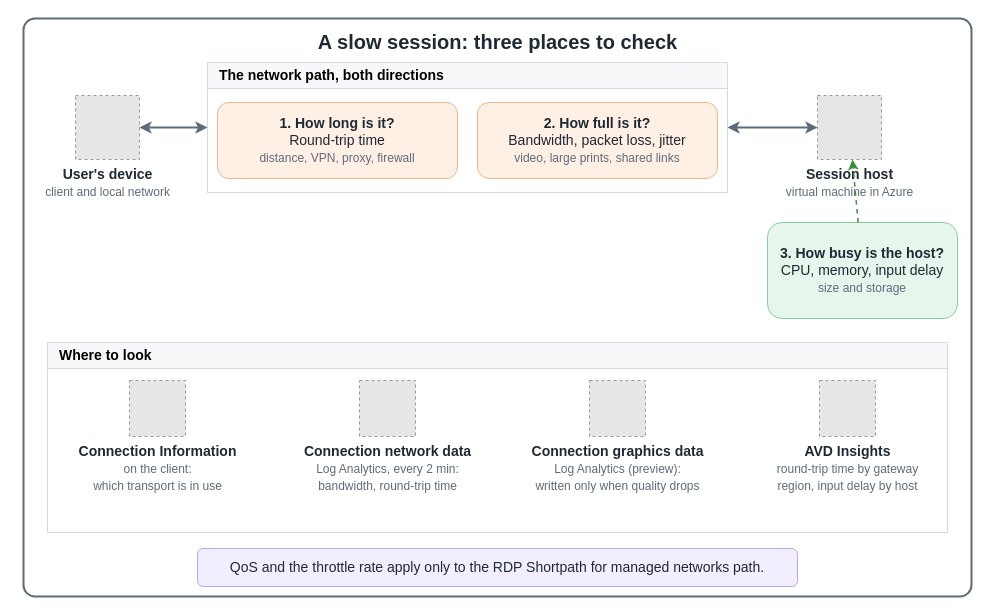
Earlier version of the draw.io diagram src/img/avd/AVD-Session-Quality-Checks.drawio (AddySidd27/cloud-ai-notes). Source tidied: cells renumbered, new cells numbered last; positions are measured from the earlier drawing's top-left corner, leaving out a move shared by most shapes. Both pictures are drawn from the tidied source at 100%, with x=0, y=0 at pixel (23, 18). Pictures stored in the file or linked from it are replaced by grey dashed boxes.
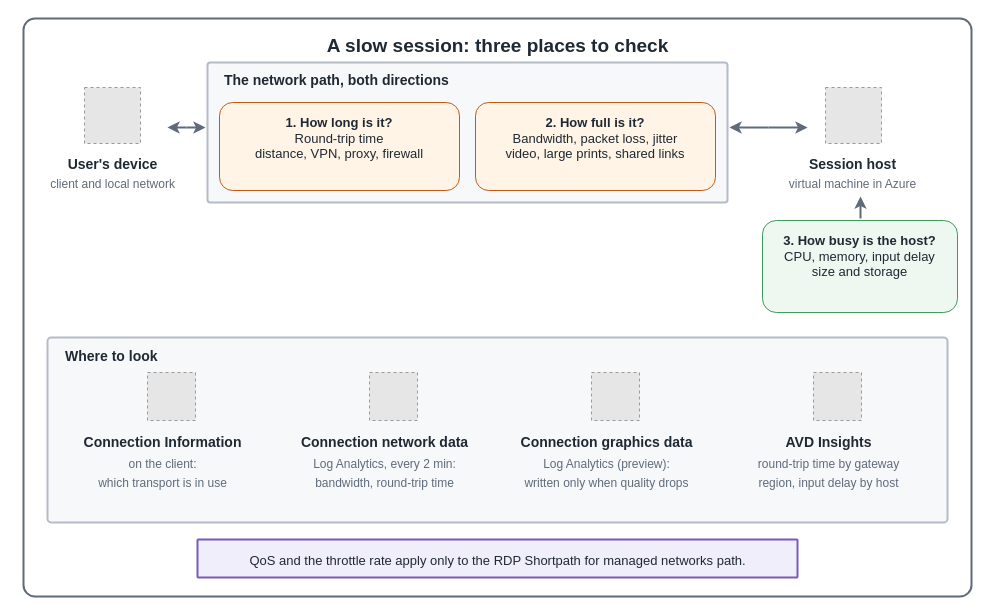
The same page after the edit.

What changed in the source:
```diff
@@
-    <mxCell id="2" style="rounded=1;arcSize=2;whiteSpace=wrap;html=1;fillColor=#ffffff;strokeColor=#5f6b7a;strokeWidth=2;" parent="1" vertex="1">
+    <mxCell id="2" style="rounded=1;arcSize=2;html=1;fillColor=#ffffff;strokeColor=#5f6b7a;strokeWidth=2;" parent="1" vertex="1">
       <mxGeometry width="948" height="578" as="geometry" />
     </mxCell>
-    <mxCell id="3" value="A slow session: three places to check" style="text;html=1;align=center;verticalAlign=middle;fontSize=20;fontStyle=1;fontColor=#1f2933;" parent="1" vertex="1">
-      <mxGeometry x="254" y="8" width="440" height="30" as="geometry" />
+    <mxCell id="3" value="&lt;b&gt;A slow session: three places to check&lt;/b&gt;" style="text;html=1;align=center;verticalAlign=middle;fontSize=19;fontColor=#1f2933;" parent="1" vertex="1">
+      <mxGeometry x="-6" y="16" width="960" height="24" as="geometry" />
     </mxCell>
-    <mxCell id="4" value="The network path, both directions" style="swimlane;startSize=26;html=1;fillColor=#F7F8FA;strokeColor=#D5DAE1;fontSize=14;align=left;spacingLeft=10;" parent="1" vertex="1">
-      <mxGeometry x="184" y="44" width="520" height="130" as="geometry" />
+    <mxCell id="4" style="fillColor=#E6E6E6;strokeColor=#999999;dashed=1;html=1;" parent="1" vertex="1">
+      <mxGeometry x="61" y="69" width="56" height="56" as="geometry" />
     </mxCell>
-    <mxCell id="5" value="Where to look" style="swimlane;startSize=26;html=1;fillColor=#F7F8FA;strokeColor=#D5DAE1;fontSize=14;align=left;spacingLeft=10;" parent="1" vertex="1">
-      <mxGeometry x="24" y="324" width="900" height="190" as="geometry" />
+    <mxCell id="5" value="&lt;b&gt;User&amp;#x27;s device&lt;/b&gt;" style="text;html=1;align=center;verticalAlign=middle;fontSize=14;fontColor=#1f2933;" parent="1" vertex="1">
+      <mxGeometry x="4" y="134" width="170" height="24" as="geometry" />
     </mxCell>
-    <mxCell id="6" value="&lt;b&gt;User&amp;#x27;s device&lt;/b&gt;&lt;br&gt;&lt;font style=&quot;font-size:12px;color:#5f6b7a&quot;&gt;client and local network&lt;/font&gt;" style="fillColor=#E6E6E6;strokeColor=#999999;dashed=1;html=1;verticalLabelPosition=bottom;verticalAlign=top;labelBackgroundColor=none;fontSize=14;fontColor=#1f2933;" parent="1" vertex="1">
-      <mxGeometry x="52" y="77" width="64" height="64" as="geometry" />
+    <mxCell id="6" value="client and local network" style="text;html=1;align=center;verticalAlign=middle;fontSize=12;fontColor=#5f6b7a;" parent="1" vertex="1">
+      <mxGeometry x="4" y="154" width="170" height="24" as="geometry" />
     </mxCell>
-    <mxCell id="7" value="&lt;b&gt;Session host&lt;/b&gt;&lt;br&gt;&lt;font style=&quot;font-size:12px;color:#5f6b7a&quot;&gt;virtual machine in Azure&lt;/font&gt;" style="fillColor=#E6E6E6;strokeColor=#999999;dashed=1;html=1;verticalLabelPosition=bottom;verticalAlign=top;labelBackgroundColor=none;fontSize=14;fontColor=#1f2933;" parent="1" vertex="1">
-      <mxGeometry x="794" y="77" width="64" height="64" as="geometry" />
+    <mxCell id="7" style="rounded=1;arcSize=2;html=1;fillColor=#f7f8fa;strokeColor=#b4bcc7;strokeWidth=2;" parent="1" vertex="1">
+      <mxGeometry x="184" y="44" width="520" height="140" as="geometry" />
     </mxCell>
-    <mxCell id="8" value="&lt;b&gt;Connection Information&lt;/b&gt;&lt;br&gt;&lt;font style=&quot;font-size:12px;color:#5f6b7a&quot;&gt;on the client:&lt;br&gt;which transport is in use&lt;/font&gt;" style="fillColor=#E6E6E6;strokeColor=#999999;dashed=1;html=1;verticalLabelPosition=bottom;verticalAlign=top;labelBackgroundColor=none;fontSize=14;fontColor=#1f2933;" parent="5" vertex="1">
-      <mxGeometry x="82" y="38" width="56" height="56" as="geometry" />
+    <mxCell id="8" value="&lt;b&gt;The network path, both directions&lt;/b&gt;" style="text;html=1;align=left;verticalAlign=middle;fontSize=14;fontColor=#1f2933;" parent="1" vertex="1">
+      <mxGeometry x="199" y="50" width="400" height="24" as="geometry" />
     </mxCell>
-    <mxCell id="9" value="&lt;b&gt;Connection network data&lt;/b&gt;&lt;br&gt;&lt;font style=&quot;font-size:12px;color:#5f6b7a&quot;&gt;Log Analytics, every 2 min:&lt;br&gt;bandwidth, round-trip time&lt;/font&gt;" style="fillColor=#E6E6E6;strokeColor=#999999;dashed=1;html=1;verticalLabelPosition=bottom;verticalAlign=top;labelBackgroundColor=none;fontSize=14;fontColor=#1f2933;" parent="5" vertex="1">
-      <mxGeometry x="312" y="38" width="56" height="56" as="geometry" />
+    <mxCell id="9" value="&lt;b&gt;1. How long is it?&lt;/b&gt;&lt;br&gt;Round-trip time&lt;br&gt;distance, VPN, proxy, firewall" style="rounded=1;whiteSpace=wrap;html=1;fillColor=#fff4e5;strokeColor=#c45a10;fontSize=13;fontColor=#1f2933;verticalAlign=top;spacingTop=6;" parent="1" vertex="1">
+      <mxGeometry x="196" y="84" width="240" height="88" as="geometry" />
     </mxCell>
-    <mxCell id="10" value="&lt;b&gt;Connection graphics data&lt;/b&gt;&lt;br&gt;&lt;font style=&quot;font-size:12px;color:#5f6b7a&quot;&gt;Log Analytics (preview):&lt;br&gt;written only when quality drops&lt;/font&gt;" style="fillColor=#E6E6E6;strokeColor=#999999;dashed=1;html=1;verticalLabelPosition=bottom;verticalAlign=top;labelBackgroundColor=none;fontSize=14;fontColor=#1f2933;" parent="5" vertex="1">
-      <mxGeometry x="542" y="38" width="56" height="56" as="geometry" />
+    <mxCell id="10" value="&lt;b&gt;2. How full is it?&lt;/b&gt;&lt;br&gt;Bandwidth, packet loss, jitter&lt;br&gt;video, large prints, shared links" style="rounded=1;whiteSpace=wrap;html=1;fillColor=#fff4e5;strokeColor=#c45a10;fontSize=13;fontColor=#1f2933;verticalAlign=top;spacingTop=6;" parent="1" vertex="1">
+      <mxGeometry x="452" y="84" width="240" height="88" as="geometry" />
     </mxCell>
-    <mxCell id="11" value="&lt;b&gt;AVD Insights&lt;/b&gt;&lt;br&gt;&lt;font style=&quot;font-size:12px;color:#5f6b7a&quot;&gt;round-trip time by gateway&lt;br&gt;region, input delay by host&lt;/font&gt;" style="fillColor=#E6E6E6;strokeColor=#999999;dashed=1;html=1;verticalLabelPosition=bottom;verticalAlign=top;labelBackgroundColor=none;fontSize=14;fontColor=#1f2933;" parent="5" vertex="1">
-      <mxGeometry x="772" y="38" width="56" height="56" as="geometry" />
+    <mxCell id="11" style="edgeStyle=none;html=1;endArrow=classic;strokeColor=#5f6b7a;strokeWidth=2;" parent="1" edge="1">
+      <mxGeometry relative="1" as="geometry">
+        <mxPoint x="163" y="109" as="sourcePoint" />
+        <mxPoint x="182" y="109" as="targetPoint" />
+      </mxGeometry>
     </mxCell>
-    <mxCell id="12" value="&lt;b&gt;1. How long is it?&lt;/b&gt;&lt;br&gt;Round-trip time&lt;br&gt;&lt;font style=&quot;font-size:12px;color:#5f6b7a&quot;&gt;distance, VPN, proxy, firewall&lt;/font&gt;" style="rounded=1;whiteSpace=wrap;html=1;fillColor=#fff0e5;strokeColor=#f0b48a;fontSize=14;fontColor=#1f2933;" parent="4" vertex="1">
-      <mxGeometry x="10" y="40" width="240" height="76" as="geometry" />
+    <mxCell id="12" style="edgeStyle=none;html=1;endArrow=classic;strokeColor=#5f6b7a;strokeWidth=2;" parent="1" edge="1">
+      <mxGeometry relative="1" as="geometry">
+        <mxPoint x="163" y="109" as="sourcePoint" />
+        <mxPoint x="144" y="109" as="targetPoint" />
+      </mxGeometry>
     </mxCell>
-    <mxCell id="13" value="&lt;b&gt;2. How full is it?&lt;/b&gt;&lt;br&gt;Bandwidth, packet loss, jitter&lt;br&gt;&lt;font style=&quot;font-size:12px;color:#5f6b7a&quot;&gt;video, large prints, shared links&lt;/font&gt;" style="rounded=1;whiteSpace=wrap;html=1;fillColor=#fff0e5;strokeColor=#f0b48a;fontSize=14;fontColor=#1f2933;" parent="4" vertex="1">
-      <mxGeometry x="270" y="40" width="240" height="76" as="geometry" />
+    <mxCell id="13" style="edgeStyle=none;html=1;endArrow=classic;strokeColor=#5f6b7a;strokeWidth=2;" parent="1" edge="1">
+      <mxGeometry relative="1" as="geometry">
+        <mxPoint x="745" y="109" as="sourcePoint" />
+        <mxPoint x="784" y="109" as="targetPoint" />
+      </mxGeometry>
     </mxCell>
-    <mxCell id="14" value="&lt;b&gt;3. How busy is the host?&lt;/b&gt;&lt;br&gt;CPU, memory, input delay&lt;br&gt;&lt;font style=&quot;font-size:12px;color:#5f6b7a&quot;&gt;size and storage&lt;/font&gt;" style="rounded=1;whiteSpace=wrap;html=1;fillColor=#e7f6ec;strokeColor=#8bcb9f;fontSize=14;fontColor=#1f2933;" parent="1" vertex="1">
-      <mxGeometry x="744" y="204" width="190" height="96" as="geometry" />
+    <mxCell id="14" style="edgeStyle=none;html=1;endArrow=classic;strokeColor=#5f6b7a;strokeWidth=2;" parent="1" edge="1">
+      <mxGeometry relative="1" as="geometry">
+        <mxPoint x="745" y="109" as="sourcePoint" />
+        <mxPoint x="706" y="109" as="targetPoint" />
+      </mxGeometry>
     </mxCell>
-    <mxCell id="15" value="QoS and the throttle rate apply only to the RDP Shortpath for managed networks path." style="rounded=1;whiteSpace=wrap;html=1;fillColor=#F3EEFF;strokeColor=#B9A6F0;fontSize=14;fontColor=#1f2933;" parent="1" vertex="1">
-      <mxGeometry x="174" y="530" width="600" height="38" as="geometry" />
+    <mxCell id="15" style="fillColor=#E6E6E6;strokeColor=#999999;dashed=1;html=1;" parent="1" vertex="1">
+      <mxGeometry x="802" y="69" width="56" height="56" as="geometry" />
     </mxCell>
-    <mxCell id="16" style="edgeStyle=none;html=1;startArrow=classic;endArrow=classic;strokeColor=#5f6b7a;strokeWidth=2;" parent="1" edge="1" source="6" target="4">
-      <mxGeometry relative="1" as="geometry" />
+    <mxCell id="16" value="&lt;b&gt;Session host&lt;/b&gt;" style="text;html=1;align=center;verticalAlign=middle;fontSize=14;fontColor=#1f2933;" parent="1" vertex="1">
+      <mxGeometry x="744" y="134" width="170" height="24" as="geometry" />
     </mxCell>
-    <mxCell id="17" style="edgeStyle=none;html=1;startArrow=classic;endArrow=classic;strokeColor=#5f6b7a;strokeWidth=2;" parent="1" edge="1" source="4" target="7">
-      <mxGeometry relative="1" as="geometry" />
+    <mxCell id="17" value="virtual machine in Azure" style="text;html=1;align=center;verticalAlign=middle;fontSize=12;fontColor=#5f6b7a;" parent="1" vertex="1">
+      <mxGeometry x="744" y="154" width="170" height="24" as="geometry" />
     </mxCell>
-    <mxCell id="18" style="edgeStyle=none;html=1;dashed=1;endArrow=classic;strokeColor=#3c8d40;strokeWidth=1.5;" parent="1" edge="1" source="14" target="7">
-      <mxGeometry relative="1" as="geometry" />
+    <mxCell id="18" value="&lt;b&gt;3. How busy is the host?&lt;/b&gt;&lt;br&gt;CPU, memory, input delay&lt;br&gt;size and storage" style="rounded=1;whiteSpace=wrap;html=1;fillColor=#eef7f0;strokeColor=#3c9d5d;fontSize=13;fontColor=#1f2933;verticalAlign=top;spacingTop=6;" parent="1" vertex="1">
+      <mxGeometry x="739" y="202" width="195" height="92" as="geometry" />
     </mxCell>
+    <mxCell id="19" style="edgeStyle=none;html=1;endArrow=classic;strokeColor=#5f6b7a;strokeWidth=2;" parent="1" edge="1">
+      <mxGeometry relative="1" as="geometry">
+        <mxPoint x="837" y="200" as="sourcePoint" />
+        <mxPoint x="837" y="178" as="targetPoint" />
+      </mxGeometry>
+    </mxCell>
+    <mxCell id="20" style="rounded=1;arcSize=2;html=1;fillColor=#f7f8fa;strokeColor=#b4bcc7;strokeWidth=2;" parent="1" vertex="1">
+      <mxGeometry x="24" y="319" width="900" height="185" as="geometry" />
+    </mxCell>
+    <mxCell id="21" value="&lt;b&gt;Where to look&lt;/b&gt;" style="text;html=1;align=left;verticalAlign=middle;fontSize=14;fontColor=#1f2933;" parent="1" vertex="1">
+      <mxGeometry x="40" y="326" width="300" height="24" as="geometry" />
+    </mxCell>
+    <mxCell id="22" style="fillColor=#E6E6E6;strokeColor=#999999;dashed=1;html=1;" parent="1" vertex="1">
+      <mxGeometry x="124" y="354" width="48" height="48" as="geometry" />
+    </mxCell>
+    <mxCell id="23" value="&lt;b&gt;Connection Information&lt;/b&gt;" style="text;html=1;align=center;verticalAlign=middle;fontSize=14;fontColor=#1f2933;" parent="1" vertex="1">
+      <mxGeometry x="39" y="412" width="200" height="24" as="geometry" />
+    </mxCell>
+    <mxCell id="24" value="on the client:" style="text;html=1;align=center;verticalAlign=middle;fontSize=12;fontColor=#5f6b7a;" parent="1" vertex="1">
+      <mxGeometry x="39" y="434" width="200" height="24" as="geometry" />
+    </mxCell>
+    <mxCell id="25" value="which transport is in use" style="text;html=1;align=center;verticalAlign=middle;fontSize=12;fontColor=#5f6b7a;" parent="1" vertex="1">
+      <mxGeometry x="39" y="453" width="200" height="24" as="geometry" />
+    </mxCell>
+    <mxCell id="26" style="fillColor=#E6E6E6;strokeColor=#999999;dashed=1;html=1;" parent="1" vertex="1">
+      <mxGeometry x="346" y="354" width="48" height="48" as="geometry" />
+    </mxCell>
+    <mxCell id="27" value="&lt;b&gt;Connection network data&lt;/b&gt;" style="text;html=1;align=center;verticalAlign=middle;fontSize=14;fontColor=#1f2933;" parent="1" vertex="1">
+      <mxGeometry x="261" y="412" width="200" height="24" as="geometry" />
+    </mxCell>
+    <mxCell id="28" value="Log Analytics, every 2 min:" style="text;html=1;align=center;verticalAlign=middle;fontSize=12;fontColor=#5f6b7a;" parent="1" vertex="1">
+      <mxGeometry x="261" y="434" width="200" height="24" as="geometry" />
+    </mxCell>
+    <mxCell id="29" value="bandwidth, round-trip time" style="text;html=1;align=center;verticalAlign=middle;fontSize=12;fontColor=#5f6b7a;" parent="1" vertex="1">
+      <mxGeometry x="261" y="453" width="200" height="24" as="geometry" />
+    </mxCell>
+    <mxCell id="30" style="fillColor=#E6E6E6;strokeColor=#999999;dashed=1;html=1;" parent="1" vertex="1">
+      <mxGeometry x="568" y="354" width="48" height="48" as="geometry" />
+    </mxCell>
+    <mxCell id="31" value="&lt;b&gt;Connection graphics data&lt;/b&gt;" style="text;html=1;align=center;verticalAlign=middle;fontSize=14;fontColor=#1f2933;" parent="1" vertex="1">
+      <mxGeometry x="483" y="412" width="200" height="24" as="geometry" />
+    </mxCell>
+    <mxCell id="32" value="Log Analytics (preview):" style="text;html=1;align=center;verticalAlign=middle;fontSize=12;fontColor=#5f6b7a;" parent="1" vertex="1">
+      <mxGeometry x="483" y="434" width="200" height="24" as="geometry" />
+    </mxCell>
+    <mxCell id="33" value="written only when quality drops" style="text;html=1;align=center;verticalAlign=middle;fontSize=12;fontColor=#5f6b7a;" parent="1" vertex="1">
+      <mxGeometry x="483" y="453" width="200" height="24" as="geometry" />
+    </mxCell>
+    <mxCell id="34" style="fillColor=#E6E6E6;strokeColor=#999999;dashed=1;html=1;" parent="1" vertex="1">
+      <mxGeometry x="790" y="354" width="48" height="48" as="geometry" />
+    </mxCell>
+    <mxCell id="35" value="&lt;b&gt;AVD Insights&lt;/b&gt;" style="text;html=1;align=center;verticalAlign=middle;fontSize=14;fontColor=#1f2933;" parent="1" vertex="1">
+      <mxGeometry x="705" y="412" width="200" height="24" as="geometry" />
+    </mxCell>
+    <mxCell id="36" value="round-trip time by gateway" style="text;html=1;align=center;verticalAlign=middle;fontSize=12;fontColor=#5f6b7a;" parent="1" vertex="1">
+      <mxGeometry x="705" y="434" width="200" height="24" as="geometry" />
+    </mxCell>
+    <mxCell id="37" value="region, input delay by host" style="text;html=1;align=center;verticalAlign=middle;fontSize=12;fontColor=#5f6b7a;" parent="1" vertex="1">
+      <mxGeometry x="705" y="453" width="200" height="24" as="geometry" />
+    </mxCell>
+    <mxCell id="38" style="rounded=1;arcSize=2;html=1;fillColor=#f1eefb;strokeColor=#7a5bb5;strokeWidth=2;" parent="1" vertex="1">
+      <mxGeometry x="174" y="521" width="600" height="38" as="geometry" />
+    </mxCell>
+    <mxCell id="39" value="QoS and the throttle rate apply only to the RDP Shortpath for managed networks path." style="text;html=1;align=center;verticalAlign=middle;fontSize=13;fontColor=#1f2933;" parent="1" vertex="1">
+      <mxGeometry x="174" y="530" width="600" height="24" as="geometry" />
+    </mxCell>
```
